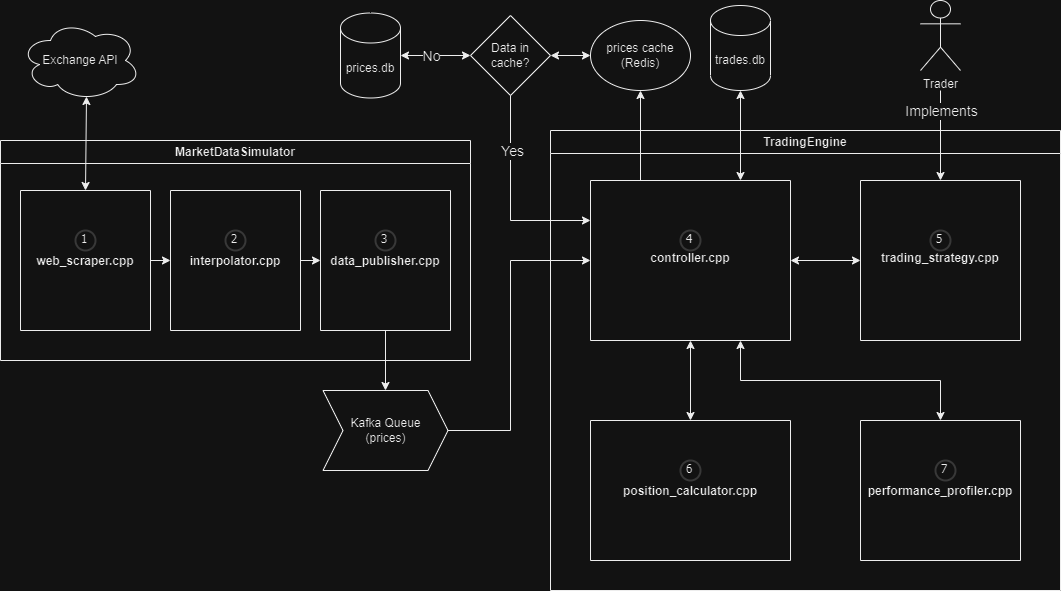
Above: imgs/LLFT-Architecture.drawio.png in Erik-Kelemen/Low-Latency-Trading-Framework (draw.io), before the change. Source tidied: cells renumbered, new cells last; positions are measured from the earlier drawing's top-left corner, leaving out a move shared by most shapes.
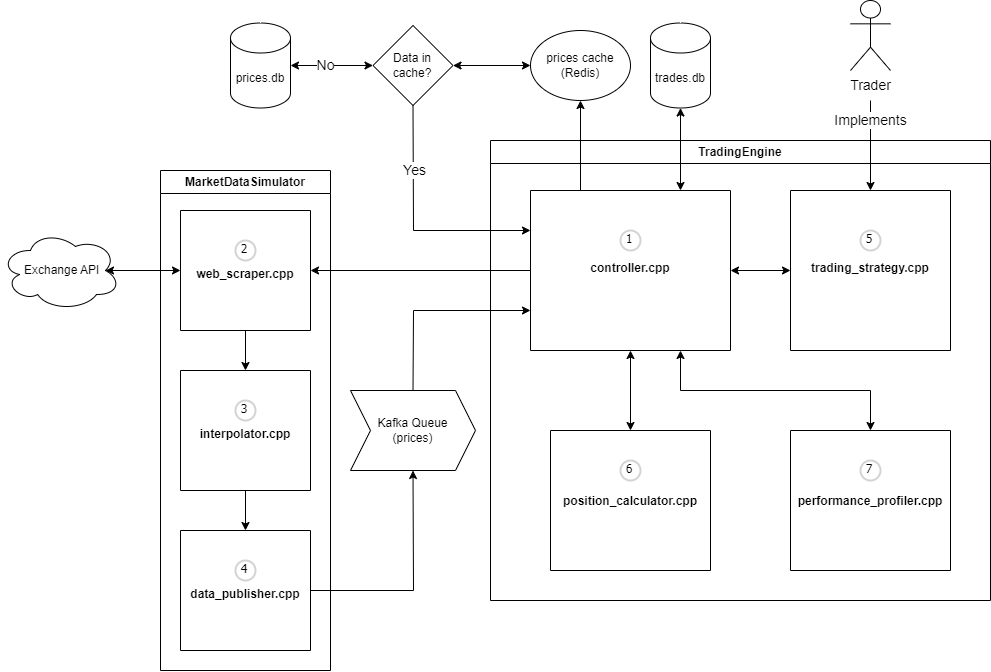
After the commit.

What changed in the source:
```diff
@@ -3,13 +3,13 @@
     <mxCell id="0" />
     <mxCell id="1" parent="0" />
     <mxCell id="2" value="TradingEngine" style="swimlane;whiteSpace=wrap;html=1;" parent="1" vertex="1">
-      <mxGeometry x="550" y="130" width="510" height="460" as="geometry" />
+      <mxGeometry x="550" y="130" width="500" height="460" as="geometry" />
     </mxCell>
     <mxCell id="3" value="&#10;&#10;&#10;&#10;&#10;&#10;&#10;&#10;&#10;&#10;&#10;trading_strategy.cpp" style="swimlane;startSize=0;" parent="2" vertex="1">
-      <mxGeometry x="310" y="50" width="160" height="160" as="geometry" />
+      <mxGeometry x="300" y="50" width="160" height="160" as="geometry" />
     </mxCell>
     <mxCell id="4" value="5" style="ellipse;whiteSpace=wrap;html=1;strokeWidth=2;fontFamily=Tahoma;spacingBottom=4;spacingRight=2;strokeColor=#d3d3d3;" parent="3" vertex="1">
-      <mxGeometry x="70" y="50" width="20" height="20" as="geometry" />
+      <mxGeometry x="70" y="40" width="20" height="20" as="geometry" />
     </mxCell>
     <mxCell id="5" style="endArrow=classic;startArrow=classic;html=1;rounded=0;exitX=1;exitY=0.5;exitDx=0;exitDy=0;entryX=0;entryY=0.5;entryDx=0;entryDy=0;" parent="2" edge="1" source="6" target="3">
       <mxGeometry relative="1" as="geometry" />
@@ -17,62 +17,62 @@
     <mxCell id="6" value="&#10;&#10;&#10;&#10;&#10;&#10;&#10;&#10;&#10;&#10;&#10;controller.cpp" style="swimlane;startSize=0;" parent="2" vertex="1">
       <mxGeometry x="40" y="50" width="200" height="160" as="geometry" />
     </mxCell>
-    <mxCell id="7" value="4" style="ellipse;whiteSpace=wrap;html=1;strokeWidth=2;fontFamily=Tahoma;spacingBottom=4;spacingRight=2;strokeColor=#d3d3d3;" parent="6" vertex="1">
-      <mxGeometry x="90" y="50" width="20" height="20" as="geometry" />
-    </mxCell>
+    <mxCell id="20" value="1" style="ellipse;whiteSpace=wrap;html=1;strokeWidth=2;fontFamily=Tahoma;spacingBottom=4;spacingRight=2;strokeColor=#d3d3d3;" parent="6" vertex="1">
+      <mxGeometry x="90" y="40" width="20" height="20" as="geometry" />
+    </mxCell>
     <mxCell id="8" value="&#10;&#10;&#10;&#10;&#10;&#10;&#10;&#10;&#10;&#10;performance_profiler.cpp" style="swimlane;startSize=0;" parent="2" vertex="1">
-      <mxGeometry x="310" y="290" width="160" height="140" as="geometry" />
+      <mxGeometry x="300" y="290" width="160" height="140" as="geometry" />
     </mxCell>
     <mxCell id="9" value="7" style="ellipse;whiteSpace=wrap;html=1;strokeWidth=2;fontFamily=Tahoma;spacingBottom=4;spacingRight=2;strokeColor=#d3d3d3;" parent="8" vertex="1">
-      <mxGeometry x="75" y="40" width="20" height="20" as="geometry" />
+      <mxGeometry x="70" y="30" width="20" height="20" as="geometry" />
     </mxCell>
     <mxCell id="10" style="endArrow=classic;startArrow=classic;html=1;rounded=0;entryX=0.5;entryY=0;entryDx=0;entryDy=0;exitX=0.75;exitY=1;exitDx=0;exitDy=0;" parent="2" edge="1" source="6" target="8">
       <mxGeometry relative="1" as="geometry">
         <Array as="points">
           <mxPoint x="190" y="250" />
-          <mxPoint x="390" y="250" />
+          <mxPoint x="380" y="250" />
         </Array>
       </mxGeometry>
     </mxCell>
     <mxCell id="11" value="&#10;&#10;&#10;&#10;&#10;&#10;&#10;&#10;&#10;&#10;position_calculator.cpp" style="swimlane;startSize=0;" parent="2" vertex="1">
-      <mxGeometry x="40" y="290" width="200" height="140" as="geometry" />
+      <mxGeometry x="60" y="290" width="160" height="140" as="geometry" />
     </mxCell>
     <mxCell id="12" value="6" style="ellipse;whiteSpace=wrap;html=1;strokeWidth=2;fontFamily=Tahoma;spacingBottom=4;spacingRight=2;strokeColor=#d3d3d3;" parent="11" vertex="1">
-      <mxGeometry x="90" y="40" width="20" height="20" as="geometry" />
+      <mxGeometry x="70" y="30" width="20" height="20" as="geometry" />
     </mxCell>
     <mxCell id="13" style="endArrow=classic;startArrow=classic;html=1;rounded=0;entryX=0.5;entryY=1;entryDx=0;entryDy=0;exitX=0.5;exitY=0;exitDx=0;exitDy=0;" parent="2" edge="1" source="11" target="6">
       <mxGeometry relative="1" as="geometry" />
     </mxCell>
     <mxCell id="14" value="MarketDataSimulator" style="swimlane;whiteSpace=wrap;html=1;" parent="1" vertex="1">
-      <mxGeometry y="140" width="470" height="220" as="geometry" />
+      <mxGeometry x="220" y="160" width="170" height="500" as="geometry" />
     </mxCell>
-    <mxCell id="15" value="&#10;&#10;&#10;&#10;&#10;&#10;&#10;&#10;&#10;&#10;interpolator.cpp" style="swimlane;startSize=0;" parent="14" vertex="1">
-      <mxGeometry x="170" y="50" width="130" height="140" as="geometry" />
+    <mxCell id="15" value="&#10;&#10;&#10;&#10;&#10;&#10;&#10;&#10;&#10;interpolator.cpp" style="swimlane;startSize=0;" parent="14" vertex="1">
+      <mxGeometry x="20" y="200" width="130" height="120" as="geometry" />
     </mxCell>
+    <mxCell id="18" value="3" style="ellipse;whiteSpace=wrap;html=1;strokeWidth=2;fontFamily=Tahoma;spacingBottom=4;spacingRight=2;strokeColor=#d3d3d3;" parent="15" vertex="1">
+      <mxGeometry x="55" y="30" width="20" height="20" as="geometry" />
+    </mxCell>
+    <mxCell id="17" value="&#10;&#10;&#10;&#10;&#10;&#10;&#10;&#10;&#10;data_publisher.cpp" style="swimlane;startSize=0;" parent="14" vertex="1">
+      <mxGeometry x="20" y="360" width="130" height="120" as="geometry" />
+    </mxCell>
+    <mxCell id="7" value="4" style="ellipse;whiteSpace=wrap;html=1;strokeWidth=2;fontFamily=Tahoma;spacingBottom=4;spacingRight=2;strokeColor=#d3d3d3;" parent="17" vertex="1">
+      <mxGeometry x="55" y="30" width="20" height="20" as="geometry" />
+    </mxCell>
+    <mxCell id="19" value="&#10;&#10;&#10;&#10;&#10;&#10;&#10;&#10;&#10;web_scraper.cpp" style="swimlane;startSize=0;" parent="14" vertex="1">
+      <mxGeometry x="20" y="40" width="130" height="120" as="geometry" />
+    </mxCell>
-    <mxCell id="16" value="2" style="ellipse;whiteSpace=wrap;html=1;strokeWidth=2;fontFamily=Tahoma;spacingBottom=4;spacingRight=2;strokeColor=#d3d3d3;" parent="15" vertex="1">
-      <mxGeometry x="55" y="40" width="20" height="20" as="geometry" />
+    <mxCell id="16" value="2" style="ellipse;whiteSpace=wrap;html=1;strokeWidth=2;fontFamily=Tahoma;spacingBottom=4;spacingRight=2;strokeColor=#d3d3d3;" parent="19" vertex="1">
+      <mxGeometry x="55" y="30" width="20" height="20" as="geometry" />
     </mxCell>
-    <mxCell id="17" value="&#10;&#10;&#10;&#10;&#10;&#10;&#10;&#10;&#10;&#10;data_publisher.cpp" style="swimlane;startSize=0;" parent="14" vertex="1">
-      <mxGeometry x="320" y="50" width="130" height="140" as="geometry" />
-    </mxCell>
-    <mxCell id="18" value="3" style="ellipse;whiteSpace=wrap;html=1;strokeWidth=2;fontFamily=Tahoma;spacingBottom=4;spacingRight=2;strokeColor=#d3d3d3;" parent="17" vertex="1">
-      <mxGeometry x="55" y="40" width="20" height="20" as="geometry" />
-    </mxCell>
-    <mxCell id="19" value="&#10;&#10;&#10;&#10;&#10;&#10;&#10;&#10;&#10;&#10;web_scraper.cpp" style="swimlane;startSize=0;" parent="14" vertex="1">
-      <mxGeometry x="20" y="50" width="130" height="140" as="geometry" />
-    </mxCell>
-    <mxCell id="20" value="1" style="ellipse;whiteSpace=wrap;html=1;strokeWidth=2;fontFamily=Tahoma;spacingBottom=4;spacingRight=2;strokeColor=#d3d3d3;" parent="19" vertex="1">
-      <mxGeometry x="55" y="40" width="20" height="20" as="geometry" />
-    </mxCell>
-    <mxCell id="21" style="endArrow=classic;html=1;rounded=0;exitX=1;exitY=0.5;exitDx=0;exitDy=0;entryX=0;entryY=0.5;entryDx=0;entryDy=0;" parent="14" edge="1" source="19" target="15">
+    <mxCell id="21" style="endArrow=classic;html=1;rounded=0;exitX=0.5;exitY=1;exitDx=0;exitDy=0;entryX=0.5;entryY=0;entryDx=0;entryDy=0;" parent="14" edge="1" source="19" target="15">
       <mxGeometry relative="1" as="geometry" />
     </mxCell>
-    <mxCell id="22" style="endArrow=classic;html=1;rounded=0;exitX=1;exitY=0.5;exitDx=0;exitDy=0;entryX=0;entryY=0.5;entryDx=0;entryDy=0;" parent="14" edge="1" source="15" target="17">
+    <mxCell id="22" style="endArrow=classic;html=1;rounded=0;exitX=0.5;exitY=1;exitDx=0;exitDy=0;entryX=0.5;entryY=0;entryDx=0;entryDy=0;" parent="14" edge="1" source="15" target="17">
       <mxGeometry relative="1" as="geometry" />
     </mxCell>
     <mxCell id="23" style="endArrow=classic;html=1;rounded=0;entryX=0.5;entryY=0;entryDx=0;entryDy=0;" parent="1" edge="1" target="3">
       <mxGeometry relative="1" as="geometry">
-        <mxPoint x="940" y="90" as="sourcePoint" />
+        <mxPoint x="930" y="90" as="sourcePoint" />
       </mxGeometry>
     </mxCell>
     <mxCell id="24" value="&lt;font style=&quot;font-size: 14px;&quot;&gt;Implements&lt;/font&gt;" style="edgeLabel;html=1;align=center;verticalAlign=middle;" parent="23" vertex="1">
@@ -80,37 +80,37 @@
         <mxPoint y="-25" as="offset" />
       </mxGeometry>
     </mxCell>
-    <mxCell id="25" value="Trader" style="shape=umlActor;verticalLabelPosition=bottom;verticalAlign=top;html=1;" parent="1" vertex="1">
-      <mxGeometry x="920" width="40" height="70" as="geometry" />
+    <mxCell id="25" value="&lt;font style=&quot;font-size: 14px;&quot;&gt;Trader&lt;/font&gt;" style="shape=umlActor;verticalLabelPosition=bottom;verticalAlign=top;html=1;" parent="1" vertex="1">
+      <mxGeometry x="910" y="-10" width="40" height="70" as="geometry" />
     </mxCell>
-    <mxCell id="26" value="Exchange API" style="ellipse;shape=cloud;whiteSpace=wrap;html=1;" parent="1" vertex="1">
-      <mxGeometry x="20" y="20" width="120" height="80" as="geometry" />
+    <mxCell id="26" value="&amp;nbsp;Exchange API" style="ellipse;shape=cloud;whiteSpace=wrap;html=1;" parent="1" vertex="1">
+      <mxGeometry x="60" y="220" width="120" height="80" as="geometry" />
     </mxCell>
-    <mxCell id="27" style="endArrow=classic;startArrow=classic;html=1;rounded=0;exitX=0.5;exitY=0;exitDx=0;exitDy=0;entryX=0.55;entryY=0.95;entryDx=0;entryDy=0;entryPerimeter=0;" parent="1" edge="1" source="19" target="26">
+    <mxCell id="27" style="endArrow=classic;startArrow=classic;html=1;rounded=0;exitX=0;exitY=0.5;exitDx=0;exitDy=0;entryX=0.875;entryY=0.5;entryDx=0;entryDy=0;entryPerimeter=0;" parent="1" edge="1" source="19" target="26">
       <mxGeometry relative="1" as="geometry" />
     </mxCell>
     <mxCell id="28" value="Kafka Queue&lt;br&gt;(prices)" style="shape=step;perimeter=stepPerimeter;whiteSpace=wrap;html=1;fixedSize=1;" parent="1" vertex="1">
-      <mxGeometry x="322.5" y="390" width="125" height="80" as="geometry" />
+      <mxGeometry x="410" y="380" width="125" height="80" as="geometry" />
     </mxCell>
-    <mxCell id="29" style="endArrow=classic;html=1;rounded=0;exitX=0.5;exitY=1;exitDx=0;exitDy=0;entryX=0.5;entryY=0;entryDx=0;entryDy=0;" parent="1" edge="1" source="17" target="28">
-      <mxGeometry relative="1" as="geometry" />
+    <mxCell id="29" style="endArrow=classic;html=1;rounded=0;exitX=1;exitY=0.5;exitDx=0;exitDy=0;entryX=0.5;entryY=1;entryDx=0;entryDy=0;" parent="1" edge="1" source="17" target="28">
+      <mxGeometry relative="1" as="geometry">
+        <Array as="points">
+          <mxPoint x="473" y="580" />
+        </Array>
+      </mxGeometry>
     </mxCell>
-    <mxCell id="30" style="endArrow=classic;html=1;rounded=0;exitX=1;exitY=0.5;exitDx=0;exitDy=0;entryX=0;entryY=0.5;entryDx=0;entryDy=0;" parent="1" edge="1" source="28" target="6">
+    <mxCell id="30" style="endArrow=classic;html=1;rounded=0;exitX=0.5;exitY=0;exitDx=0;exitDy=0;entryX=0;entryY=0.75;entryDx=0;entryDy=0;" parent="1" edge="1" source="28" target="6">
       <mxGeometry relative="1" as="geometry">
         <Array as="points">
-          <mxPoint x="510" y="430" />
-          <mxPoint x="510" y="260" />
+          <mxPoint x="473" y="300" />
         </Array>
       </mxGeometry>
     </mxCell>
-    <mxCell id="31" value="trades.db" style="shape=cylinder3;whiteSpace=wrap;html=1;boundedLbl=1;backgroundOutline=1;size=15;" parent="1" vertex="1">
-      <mxGeometry x="710" y="5" width="60" height="85" as="geometry" />
-    </mxCell>
-    <mxCell id="32" style="endArrow=classic;startArrow=classic;html=1;rounded=0;entryX=0.5;entryY=1;entryDx=0;entryDy=0;entryPerimeter=0;exitX=0.75;exitY=0;exitDx=0;exitDy=0;" parent="1" edge="1" source="6" target="31">
+    <mxCell id="32" style="endArrow=classic;startArrow=classic;html=1;rounded=0;exitX=0.75;exitY=0;exitDx=0;exitDy=0;entryX=0.5;entryY=1;entryDx=0;entryDy=0;entryPerimeter=0;" parent="1" edge="1" source="6" target="31">
       <mxGeometry relative="1" as="geometry" />
     </mxCell>
     <mxCell id="33" value="prices.db" style="shape=cylinder3;whiteSpace=wrap;html=1;boundedLbl=1;backgroundOutline=1;size=15;" parent="1" vertex="1">
-      <mxGeometry x="340" y="12.5" width="60" height="85" as="geometry" />
+      <mxGeometry x="290" y="12.5" width="60" height="85" as="geometry" />
     </mxCell>
     <mxCell id="34" style="endArrow=classic;html=1;rounded=0;exitX=0.25;exitY=0;exitDx=0;exitDy=0;entryX=0.5;entryY=1;entryDx=0;entryDy=0;" parent="1" edge="1" source="6" target="35">
       <mxGeometry relative="1" as="geometry" />
@@ -119,12 +119,12 @@
       <mxGeometry x="590" y="20" width="100" height="70" as="geometry" />
     </mxCell>
     <mxCell id="36" value="Data in cache?" style="rhombus;whiteSpace=wrap;html=1;" parent="1" vertex="1">
-      <mxGeometry x="470" y="15" width="80" height="80" as="geometry" />
+      <mxGeometry x="432.5" y="15" width="80" height="80" as="geometry" />
     </mxCell>
     <mxCell id="37" style="endArrow=classic;html=1;rounded=0;entryX=0;entryY=0.25;entryDx=0;entryDy=0;exitX=0.5;exitY=1;exitDx=0;exitDy=0;" parent="1" edge="1" source="36" target="6">
       <mxGeometry relative="1" as="geometry">
         <Array as="points">
-          <mxPoint x="510" y="220" />
+          <mxPoint x="473" y="220" />
         </Array>
       </mxGeometry>
     </mxCell>
@@ -142,5 +142,11 @@
     <mxCell id="41" style="endArrow=classic;startArrow=classic;html=1;rounded=0;exitX=1;exitY=0.5;exitDx=0;exitDy=0;entryX=0;entryY=0.5;entryDx=0;entryDy=0;" parent="1" edge="1" source="36" target="35">
       <mxGeometry relative="1" as="geometry" />
     </mxCell>
+    <mxCell id="42" style="endArrow=classic;html=1;rounded=0;exitX=0;exitY=0.5;exitDx=0;exitDy=0;entryX=1;entryY=0.5;entryDx=0;entryDy=0;" parent="1" edge="1" source="6" target="19">
+      <mxGeometry relative="1" as="geometry" />
+    </mxCell>
+    <mxCell id="31" value="trades.db" style="shape=cylinder3;whiteSpace=wrap;html=1;boundedLbl=1;backgroundOutline=1;size=15;" parent="1" vertex="1">
+      <mxGeometry x="710" y="12.5" width="60" height="85" as="geometry" />
+    </mxCell>
   </root>
 </mxGraphModel>
```
